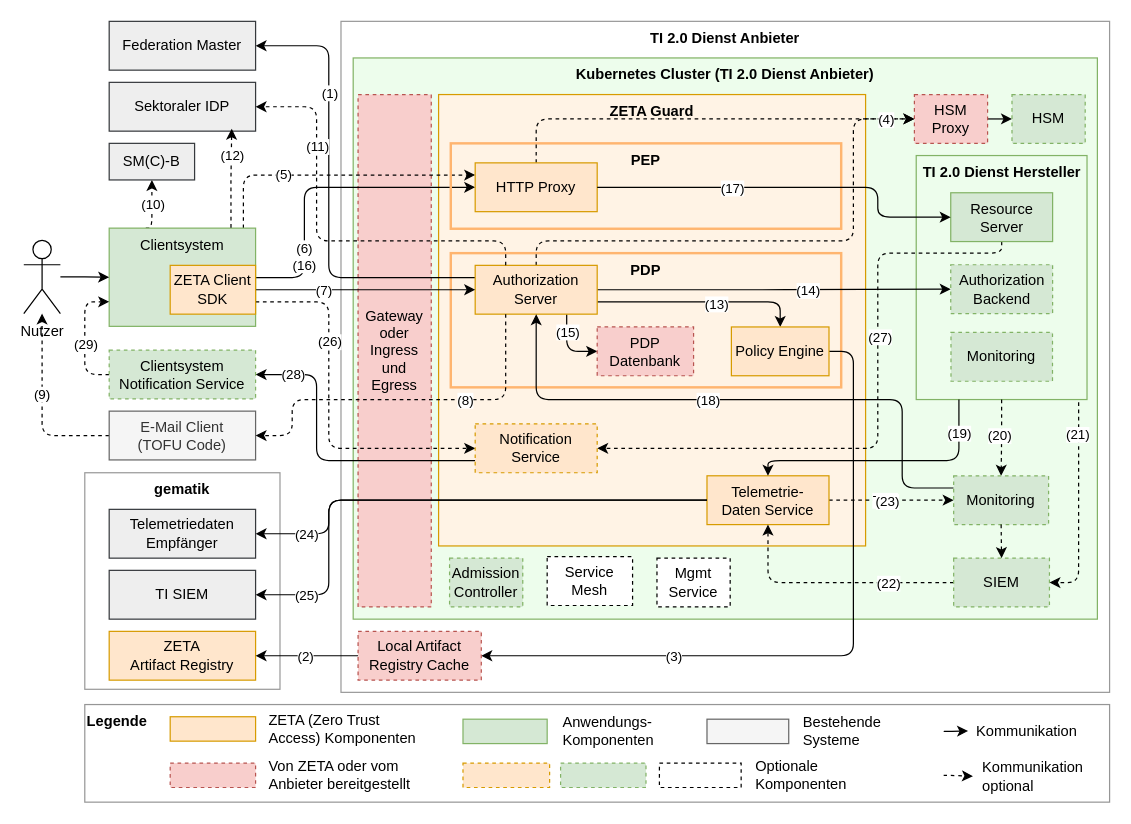
The draw.io diagram src/drawio/Zero-Trust-Architektur.drawio in gematik/zeta, before the edit. Source tidied: cells renumbered, new cells numbered last; positions are measured from the earlier drawing's top-left corner, leaving out a move shared by most shapes. Both pictures are drawn from the tidied source at 122%, with x=0, y=0 at pixel (23, 21).
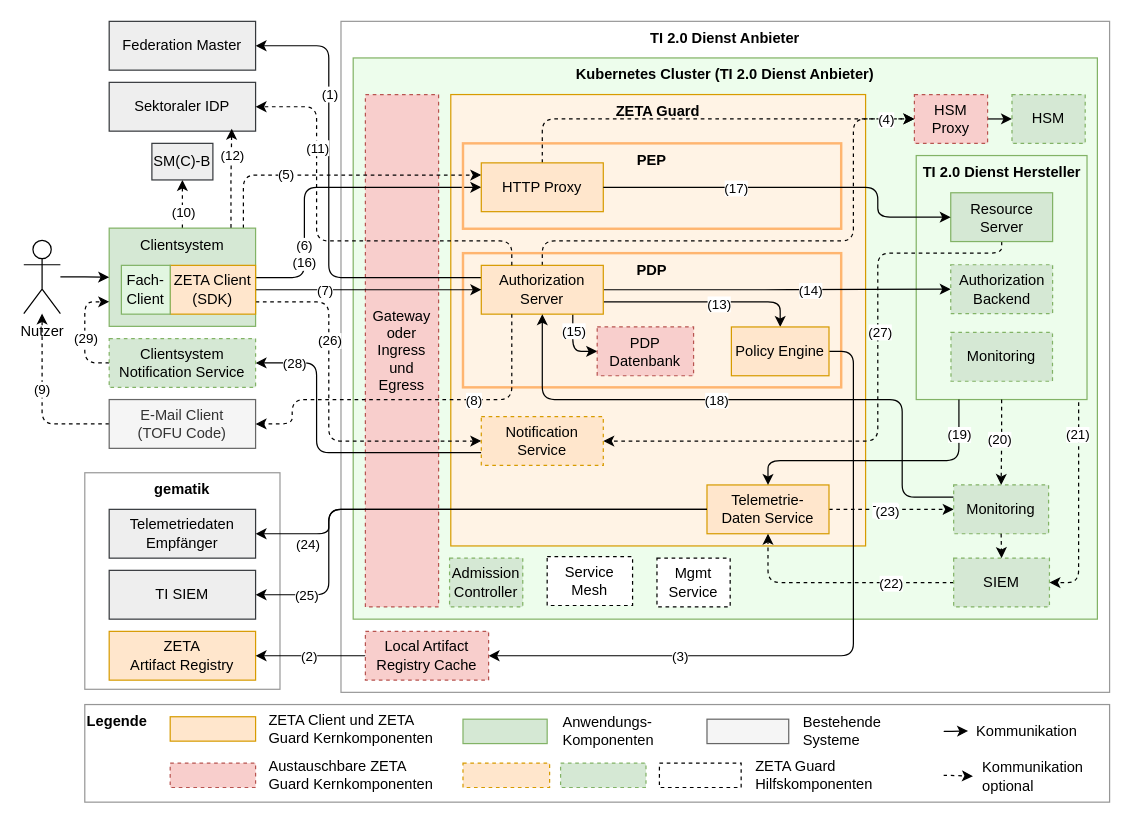
After the change.

Commit message:
refactor: Adjust diagram layout, element positioning, and connector paths in Zero-Trust-Architektur.drawio.

Unchanged cells that the change refers to:
```xml
<mxCell id="4" value="&lt;b&gt;TI 2.0 Dienst Hersteller&lt;/b&gt;" style="rounded=0;whiteSpace=wrap;html=1;fillColor=#edfdec;strokeColor=#82b366;align=center;verticalAlign=top;" parent="1" vertex="1">
  <mxGeometry x="731.5" y="110" width="140" height="200" as="geometry" />
</mxCell>
<mxCell id="28" value="&lt;div&gt;Resource Server&lt;/div&gt;" style="rounded=0;whiteSpace=wrap;html=1;fillColor=#d5e8d4;strokeColor=#82b366;" parent="1" vertex="1">
  <mxGeometry x="759.8" y="140.5" width="83.5" height="40" as="geometry" />
</mxCell>
<mxCell id="46" value="Clientsystem" style="rounded=0;whiteSpace=wrap;html=1;fillColor=#d5e8d4;strokeColor=#82b366;verticalAlign=top;" parent="1" vertex="1">
  <mxGeometry x="70" y="169.5" width="120" height="80.5" as="geometry" />
</mxCell>
<mxCell id="53" value="Sektoraler IDP" style="rounded=0;whiteSpace=wrap;html=1;fillColor=#eeeeee;strokeColor=#36393d;" parent="1" vertex="1">
  <mxGeometry x="70" y="50" width="120" height="40" as="geometry" />
</mxCell>
<mxCell id="63" value="&lt;span&gt;Telemetriedaten&lt;/span&gt;&lt;div&gt;&lt;span&gt;Empfänger&lt;/span&gt;&lt;/div&gt;" style="rounded=0;whiteSpace=wrap;html=1;fillColor=#eeeeee;strokeColor=#36393d;" parent="1" vertex="1">
  <mxGeometry x="70" y="400" width="120" height="40" as="geometry" />
</mxCell>
<mxCell id="65" value="&lt;div&gt;TI SIEM&lt;/div&gt;" style="rounded=0;whiteSpace=wrap;html=1;fillColor=#eeeeee;strokeColor=#36393d;" parent="1" vertex="1">
  <mxGeometry x="70" y="450" width="120" height="40" as="geometry" />
</mxCell>
<mxCell id="109" value="HSM Proxy" style="rounded=0;whiteSpace=wrap;html=1;dashed=1;fillColor=#f8cecc;strokeColor=#b85450;" parent="1" vertex="1">
  <mxGeometry x="730" y="60" width="60" height="40" as="geometry" />
</mxCell>
```

Diff of the diagram source:
```diff
@@
     <mxCell id="6" value="&lt;b&gt;ZETA Guard&lt;/b&gt;" style="rounded=0;whiteSpace=wrap;html=1;align=center;verticalAlign=top;fillColor=#fff3e5;strokeColor=#d79b00;" parent="1" vertex="1">
-      <mxGeometry x="340" y="60" width="350" height="370" as="geometry" />
+      <mxGeometry x="350" y="60" width="340" height="370" as="geometry" />
     </mxCell>
     <mxCell id="7" value="&lt;div&gt;&lt;span style=&quot;background-color: transparent; color: light-dark(rgb(0, 0, 0), rgb(255, 255, 255));&quot;&gt;Gateway&lt;/span&gt;&lt;/div&gt;&lt;div&gt;&lt;span style=&quot;background-color: transparent; color: light-dark(rgb(0, 0, 0), rgb(255, 255, 255));&quot;&gt;oder&lt;/span&gt;&lt;/div&gt;&lt;div&gt;Ingress&lt;div&gt;und&lt;/div&gt;&lt;div&gt;Egress&lt;/div&gt;&lt;/div&gt;" style="rounded=0;whiteSpace=wrap;html=1;verticalAlign=middle;dashed=1;fillColor=#f8cecc;strokeColor=#b85450;" parent="1" vertex="1">
-      <mxGeometry x="274" y="60" width="60" height="420" as="geometry" />
+      <mxGeometry x="280" y="60" width="60" height="420" as="geometry" />
     </mxCell>
@@
     <mxCell id="10" value="&lt;b&gt;PDP&lt;/b&gt;" style="rounded=0;whiteSpace=wrap;html=1;fillColor=none;verticalAlign=top;strokeColor=#FFB570;strokeWidth=2;glass=0;shadow=0;" parent="1" vertex="1">
-      <mxGeometry x="350" y="190" width="320" height="110" as="geometry" />
+      <mxGeometry x="360" y="190" width="310" height="110" as="geometry" />
     </mxCell>
@@
     <mxCell id="13" style="edgeStyle=orthogonalEdgeStyle;html=1;entryX=0;entryY=0.5;entryDx=0;entryDy=0;dashed=1;exitX=0.5;exitY=0;exitDx=0;exitDy=0;" parent="1" edge="1" source="20" target="109">
       <mxGeometry relative="1" as="geometry">
         <Array as="points">
-          <mxPoint x="420" y="180" />
+          <mxPoint x="425" y="180" />
           <mxPoint x="680" y="180" />
           <mxPoint x="680" y="80" />
         </Array>
       </mxGeometry>
     </mxCell>
@@
     <mxCell id="20" value="Authorization Server" style="rounded=0;whiteSpace=wrap;html=1;fillColor=#ffe6cc;strokeColor=#d79b00;" parent="1" vertex="1">
-      <mxGeometry x="370" y="200" width="100" height="40" as="geometry" />
+      <mxGeometry x="375" y="200" width="100" height="40" as="geometry" />
     </mxCell>
@@
     <mxCell id="26" style="edgeStyle=orthogonalEdgeStyle;rounded=1;jettySize=auto;html=1;entryX=1;entryY=0.5;entryDx=0;entryDy=0;exitX=0.5;exitY=1;exitDx=0;exitDy=0;curved=0;dashed=1;" parent="1" edge="1" source="28" target="95">
       <mxGeometry relative="1" as="geometry">
         <Array as="points">
           <mxPoint x="802" y="190" />
           <mxPoint x="700" y="190" />
-          <mxPoint x="700" y="350" />
+          <mxPoint x="700" y="344" />
         </Array>
       </mxGeometry>
     </mxCell>
@@
     <mxCell id="32" style="edgeStyle=orthogonalEdgeStyle;rounded=1;jettySize=auto;html=1;startArrow=none;startFill=0;entryX=0;entryY=0.5;entryDx=0;entryDy=0;curved=0;exitX=1;exitY=0.5;exitDx=0;exitDy=0;dashed=1;" parent="1" edge="1" source="35" target="39">
       <mxGeometry relative="1" as="geometry">
         <Array as="points">
-          <mxPoint x="710" y="393" />
-          <mxPoint x="710" y="393" />
+          <mxPoint x="690" y="400" />
+          <mxPoint x="690" y="400" />
         </Array>
       </mxGeometry>
     </mxCell>
@@
     <mxCell id="35" value="Telemetrie-Daten&amp;nbsp;&lt;span style=&quot;background-color: initial;&quot;&gt;Service&lt;/span&gt;" style="rounded=0;whiteSpace=wrap;html=1;fillColor=#ffe6cc;strokeColor=#d79b00;" parent="1" vertex="1">
-      <mxGeometry x="560" y="372.5" width="100" height="40" as="geometry" />
+      <mxGeometry x="560" y="380" width="100" height="40" as="geometry" />
     </mxCell>
@@
     <mxCell id="37" style="edgeStyle=orthogonalEdgeStyle;rounded=1;jettySize=auto;html=1;curved=0;entryX=0.5;entryY=1;entryDx=0;entryDy=0;exitX=0;exitY=0.25;exitDx=0;exitDy=0;" parent="1" edge="1" source="39" target="20">
       <mxGeometry relative="1" as="geometry">
         <Array as="points">
-          <mxPoint x="720" y="383" />
+          <mxPoint x="720" y="390" />
           <mxPoint x="720" y="310" />
-          <mxPoint x="420" y="310" />
+          <mxPoint x="425" y="310" />
         </Array>
       </mxGeometry>
     </mxCell>
@@
     <mxCell id="39" value="&lt;div&gt;Monitoring&lt;/div&gt;" style="rounded=0;whiteSpace=wrap;html=1;fillColor=#d5e8d4;strokeColor=#82b366;dashed=1;" parent="1" vertex="1">
-      <mxGeometry x="762.2" y="372.5" width="77.8" height="40" as="geometry" />
+      <mxGeometry x="762.2" y="380" width="77.8" height="40" as="geometry" />
     </mxCell>
@@
-    <mxCell id="42" style="edgeStyle=orthogonalEdgeStyle;rounded=1;jettySize=auto;html=1;entryX=0.5;entryY=1;entryDx=0;entryDy=0;curved=0;dashed=1;exitX=0.25;exitY=0;exitDx=0;exitDy=0;" parent="1" edge="1" source="46" target="52">
-      <mxGeometry relative="1" as="geometry" />
+    <mxCell id="42" style="edgeStyle=orthogonalEdgeStyle;rounded=1;jettySize=auto;html=1;entryX=0.5;entryY=1;entryDx=0;entryDy=0;curved=0;dashed=1;exitX=0.5;exitY=0;exitDx=0;exitDy=0;" parent="1" edge="1" source="46" target="52">
+      <mxGeometry relative="1" as="geometry">
+        <Array as="points">
+          <mxPoint x="130" y="140" />
+          <mxPoint x="130" y="140" />
+        </Array>
+      </mxGeometry>
     </mxCell>
     <mxCell id="43" value="(10)" style="edgeLabel;html=1;align=center;verticalAlign=middle;" parent="42" vertex="1">
-      <mxGeometry x="0.12" relative="1" as="geometry" />
+      <mxGeometry x="0.12" relative="1" as="geometry">
+        <mxPoint y="9" as="offset" />
+      </mxGeometry>
     </mxCell>
@@
     <mxCell id="51" value="E-Mail Client&lt;div&gt;(TOFU Code)&lt;/div&gt;" style="rounded=0;whiteSpace=wrap;html=1;fillColor=#f5f5f5;strokeColor=#666666;fontColor=#333333;" parent="1" vertex="1">
-      <mxGeometry x="70" y="319.5" width="120" height="40" as="geometry" />
+      <mxGeometry x="70" y="310" width="120" height="40" as="geometry" />
     </mxCell>
     <mxCell id="52" value="SM(C)-B" style="rounded=0;whiteSpace=wrap;html=1;fillColor=#eeeeee;strokeColor=#36393d;" parent="1" vertex="1">
-      <mxGeometry x="70" y="100" width="70" height="30" as="geometry" />
+      <mxGeometry x="105" y="100" width="50" height="30" as="geometry" />
     </mxCell>
@@
     <mxCell id="56" style="edgeStyle=orthogonalEdgeStyle;rounded=1;jettySize=auto;html=1;entryX=1;entryY=0.5;entryDx=0;entryDy=0;exitX=0;exitY=0.5;exitDx=0;exitDy=0;curved=0;" parent="1" edge="1" source="35" target="63">
       <mxGeometry relative="1" as="geometry">
         <Array as="points">
-          <mxPoint x="250" y="393" />
+          <mxPoint x="250" y="400" />
           <mxPoint x="250" y="420" />
         </Array>
       </mxGeometry>
     </mxCell>
     <mxCell id="57" style="edgeStyle=orthogonalEdgeStyle;rounded=1;jettySize=auto;html=1;entryX=1;entryY=0.5;entryDx=0;entryDy=0;curved=0;exitX=0;exitY=0.5;exitDx=0;exitDy=0;" parent="1" edge="1" source="35" target="65">
       <mxGeometry relative="1" as="geometry">
         <Array as="points">
-          <mxPoint x="250" y="393" />
+          <mxPoint x="250" y="400" />
           <mxPoint x="250" y="470" />
         </Array>
       </mxGeometry>
     </mxCell>
@@
-    <mxCell id="67" value="ZETA (Zero Trust Access) Komponenten" style="text;html=1;align=left;verticalAlign=middle;whiteSpace=wrap;rounded=0;" parent="1" vertex="1">
-      <mxGeometry x="199" y="570" width="130" height="20" as="geometry" />
+    <mxCell id="67" value="ZETA Client und ZETA Guard Kernkomponenten" style="text;html=1;align=left;verticalAlign=middle;whiteSpace=wrap;rounded=0;" parent="1" vertex="1">
+      <mxGeometry x="199" y="570" width="141" height="20" as="geometry" />
     </mxCell>
@@
     <mxCell id="76" style="edgeStyle=orthogonalEdgeStyle;rounded=1;jettySize=auto;html=1;entryX=1;entryY=0.5;entryDx=0;entryDy=0;exitX=0.25;exitY=1;exitDx=0;exitDy=0;curved=0;dashed=1;" parent="1" edge="1" source="20" target="51">
       <mxGeometry relative="1" as="geometry">
         <Array as="points">
-          <mxPoint x="395" y="310" />
+          <mxPoint x="400" y="310" />
           <mxPoint x="220" y="310" />
-          <mxPoint x="220" y="340" />
+          <mxPoint x="220" y="330" />
         </Array>
       </mxGeometry>
     </mxCell>
@@
     <mxCell id="78" style="edgeStyle=orthogonalEdgeStyle;rounded=1;jettySize=auto;html=1;entryX=0;entryY=0.5;entryDx=0;entryDy=0;curved=0;exitX=1;exitY=0.75;exitDx=0;exitDy=0;dashed=1;" parent="1" edge="1" source="82" target="95">
       <mxGeometry relative="1" as="geometry">
         <Array as="points">
           <mxPoint x="250" y="230" />
-          <mxPoint x="250" y="350" />
+          <mxPoint x="250" y="344" />
         </Array>
       </mxGeometry>
     </mxCell>
@@
-    <mxCell id="82" value="ZETA Client&lt;div&gt;SDK&lt;/div&gt;" style="rounded=0;whiteSpace=wrap;html=1;fillColor=#ffe6cc;strokeColor=#d79b00;" parent="1" vertex="1">
+    <mxCell id="82" value="ZETA Client&lt;div&gt;(SDK)&lt;/div&gt;" style="rounded=0;whiteSpace=wrap;html=1;fillColor=#ffe6cc;strokeColor=#d79b00;" parent="1" vertex="1">
       <mxGeometry x="120" y="200" width="70" height="40" as="geometry" />
     </mxCell>
     <mxCell id="83" value="&lt;b&gt;PEP&lt;/b&gt;" style="rounded=0;whiteSpace=wrap;html=1;fillColor=none;verticalAlign=top;strokeColor=#FFB570;strokeWidth=2;" parent="1" vertex="1">
-      <mxGeometry x="350" y="100" width="320" height="70" as="geometry" />
+      <mxGeometry x="360" y="100" width="310" height="70" as="geometry" />
     </mxCell>
     <mxCell id="84" style="edgeStyle=orthogonalEdgeStyle;html=1;entryX=0;entryY=0.5;entryDx=0;entryDy=0;dashed=1;exitX=0.5;exitY=0;exitDx=0;exitDy=0;" parent="1" edge="1" source="86" target="109">
       <mxGeometry relative="1" as="geometry">
         <Array as="points">
-          <mxPoint x="420" y="80" />
+          <mxPoint x="425" y="80" />
         </Array>
       </mxGeometry>
     </mxCell>
@@
     <mxCell id="86" value="HTTP Proxy" style="rounded=0;whiteSpace=wrap;html=1;fillColor=#ffe6cc;strokeColor=#d79b00;" parent="1" vertex="1">
-      <mxGeometry x="370" y="116" width="100" height="40" as="geometry" />
+      <mxGeometry x="375" y="116" width="100" height="40" as="geometry" />
     </mxCell>
     <mxCell id="87" style="edgeStyle=orthogonalEdgeStyle;rounded=1;jettySize=auto;html=1;entryX=1;entryY=0.5;entryDx=0;entryDy=0;exitX=0.25;exitY=0;exitDx=0;exitDy=0;curved=0;dashed=1;" parent="1" edge="1" source="20" target="53">
       <mxGeometry relative="1" as="geometry">
         <Array as="points">
-          <mxPoint x="395" y="180" />
+          <mxPoint x="400" y="180" />
           <mxPoint x="240" y="180" />
           <mxPoint x="240" y="70" />
         </Array>
       </mxGeometry>
     </mxCell>
@@
-    <mxCell id="93" style="edgeStyle=orthogonalEdgeStyle;rounded=1;jettySize=auto;html=1;entryX=1;entryY=0.5;entryDx=0;entryDy=0;exitX=0;exitY=0.75;exitDx=0;exitDy=0;curved=0;" parent="1" edge="1" source="95" target="98">
+    <mxCell id="93" style="edgeStyle=orthogonalEdgeStyle;rounded=1;jettySize=auto;html=1;entryX=1;entryY=0.5;entryDx=0;entryDy=0;exitX=0;exitY=0.75;exitDx=0;exitDy=0;curved=0;" parent="1" edge="1" target="98">
       <mxGeometry relative="1" as="geometry">
+        <mxPoint x="375" y="353.5" as="sourcePoint" />
         <Array as="points">
-          <mxPoint x="240" y="360" />
-          <mxPoint x="240" y="290" />
-          <mxPoint x="190" y="290" />
+          <mxPoint x="240" y="354" />
+          <mxPoint x="240" y="280" />
         </Array>
       </mxGeometry>
     </mxCell>
@@
     <mxCell id="95" value="&lt;div&gt;Notification Service&lt;/div&gt;" style="rounded=0;whiteSpace=wrap;html=1;dashed=1;fillColor=#ffe6cc;strokeColor=#d79b00;" parent="1" vertex="1">
-      <mxGeometry x="370" y="330" width="100" height="40" as="geometry" />
+      <mxGeometry x="375" y="324" width="100" height="40" as="geometry" />
     </mxCell>
     <mxCell id="96" style="edgeStyle=orthogonalEdgeStyle;rounded=1;jettySize=auto;html=1;entryX=0;entryY=0.75;entryDx=0;entryDy=0;exitX=0;exitY=0.5;exitDx=0;exitDy=0;curved=0;dashed=1;" parent="1" edge="1" source="98" target="46">
-      <mxGeometry relative="1" as="geometry" />
+      <mxGeometry relative="1" as="geometry">
+        <Array as="points">
+          <mxPoint x="50" y="280" />
+          <mxPoint x="50" y="230" />
+        </Array>
+      </mxGeometry>
     </mxCell>
@@
     <mxCell id="98" value="Clientsystem Notification Service" style="rounded=0;whiteSpace=wrap;html=1;fillColor=#d5e8d4;strokeColor=#82b366;dashed=1;" parent="1" vertex="1">
-      <mxGeometry x="70" y="269.5" width="120" height="40" as="geometry" />
+      <mxGeometry x="70" y="260" width="120" height="40" as="geometry" />
     </mxCell>
     <mxCell id="99" style="edgeStyle=orthogonalEdgeStyle;rounded=1;jettySize=auto;html=1;entryX=0.5;entryY=0;entryDx=0;entryDy=0;curved=0;exitX=0.25;exitY=1;exitDx=0;exitDy=0;" parent="1" edge="1" source="4" target="35">
       <mxGeometry relative="1" as="geometry">
         <Array as="points">
-          <mxPoint x="766" y="360" />
+          <mxPoint x="767" y="360" />
           <mxPoint x="610" y="360" />
         </Array>
       </mxGeometry>
     </mxCell>
@@
-    <mxCell id="103" value="Optionale&lt;div&gt;Komponenten&lt;/div&gt;" style="text;html=1;align=left;verticalAlign=middle;whiteSpace=wrap;rounded=0;" parent="1" vertex="1">
+    <mxCell id="103" value="&lt;div&gt;ZETA Guard Hilfskomponenten&lt;/div&gt;" style="text;html=1;align=left;verticalAlign=middle;whiteSpace=wrap;rounded=0;" parent="1" vertex="1">
       <mxGeometry x="598" y="608" width="70" height="20" as="geometry" />
     </mxCell>
@@
-    <mxCell id="105" value="Von ZETA oder vom Anbieter bereitgestellt" style="text;html=1;align=left;verticalAlign=middle;whiteSpace=wrap;rounded=0;" parent="1" vertex="1">
-      <mxGeometry x="199" y="608" width="126" height="20" as="geometry" />
+    <mxCell id="105" value="Austauschbare ZETA Guard Kernkomponenten" style="text;html=1;align=left;verticalAlign=middle;whiteSpace=wrap;rounded=0;" parent="1" vertex="1">
+      <mxGeometry x="199" y="608" width="141" height="20" as="geometry" />
     </mxCell>
@@
     <mxCell id="115" value="Local Artifact Registry Cache" style="rounded=0;whiteSpace=wrap;html=1;dashed=1;fillColor=#f8cecc;strokeColor=#b85450;" parent="1" vertex="1">
-      <mxGeometry x="274" y="500" width="101" height="40" as="geometry" />
+      <mxGeometry x="280" y="500" width="101" height="40" as="geometry" />
     </mxCell>
@@
+    <mxCell id="117" value="Fach- Client" style="rounded=0;whiteSpace=wrap;html=1;fillColor=#E2F6E1;strokeColor=#82b366;" parent="1" vertex="1">
+      <mxGeometry x="80" y="200" width="40" height="40" as="geometry" />
+    </mxCell>
```
